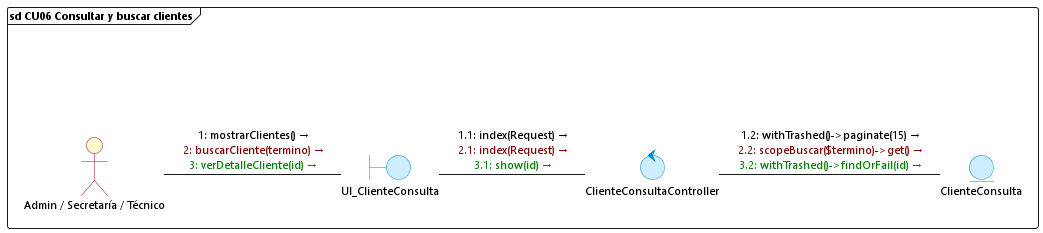
Earlier version of the PlantUML export diagramas/comunicacion/cu06_consultar_buscar_clientes.png (DiogoMars777/TELCOM-2.0). The source it was exported from:
```plantuml
@startuml cu06_consultar_buscar_clientes
skinparam backgroundColor white
skinparam defaultFontName "Segoe UI"
skinparam defaultFontSize 11
skinparam interfaceBackgroundColor transparent
skinparam interfaceBorderColor transparent
skinparam actorBackgroundColor #FEFECE
skinparam actorBorderColor #A80036
skinparam boundaryBackgroundColor #CCEEFF
skinparam boundaryBorderColor #0088CC
skinparam controlBackgroundColor #CCEEFF
skinparam controlBorderColor #0088CC
skinparam entityBackgroundColor #CCEEFF
skinparam entityBorderColor #0088CC

frame "sd CU06 Consultar y buscar clientes" {
    () " " as spacer
    actor "Admin / Secretaría / Técnico" as Admin
    boundary UI_ClienteConsulta
    control ClienteConsultaController
    entity ClienteConsulta

    spacer -[hidden]down- Admin

    Admin -right- UI_ClienteConsulta : <font color=#000000>1: mostrarClientes() →</font>\n<font color=#800000>2: buscarCliente(termino) →</font>\n<font color=#008000>3: verDetalleCliente(id) →</font>

    UI_ClienteConsulta -right- ClienteConsultaController : <font color=#000000>1.1: index(Request) →</font>\n<font color=#800000>2.1: index(Request) →</font>\n<font color=#008000>3.1: show(id) →</font>

    ClienteConsultaController -right- ClienteConsulta : <font color=#000000>1.2: withTrashed()->paginate(15) →</font>\n<font color=#800000>2.2: scopeBuscar($termino)->get() →</font>\n<font color=#008000>3.2: withTrashed()->findOrFail(id) →</font>
}
@enduml
```
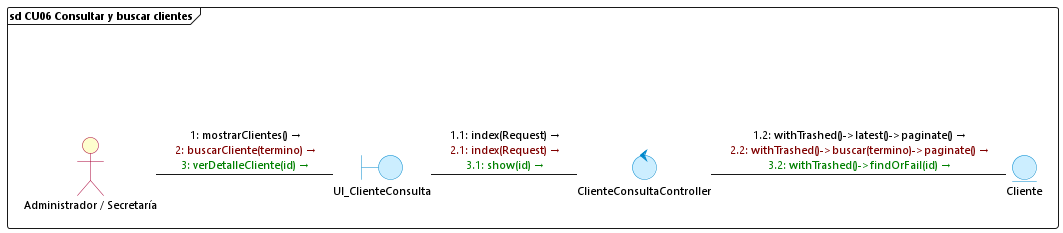
Above is the later version.

Diff of the diagram source:
```diff
@@ -15,10 +15,10 @@
 
 frame "sd CU06 Consultar y buscar clientes" {
     () " " as spacer
-    actor "Admin / Secretaría / Técnico" as Admin
+    actor "Administrador / Secretaría" as Admin
     boundary UI_ClienteConsulta
     control ClienteConsultaController
-    entity ClienteConsulta
+    entity Cliente
 
     spacer -[hidden]down- Admin
 
@@ -26,6 +26,6 @@
 
     UI_ClienteConsulta -right- ClienteConsultaController : <font color=#000000>1.1: index(Request) →</font>\n<font color=#800000>2.1: index(Request) →</font>\n<font color=#008000>3.1: show(id) →</font>
 
-    ClienteConsultaController -right- ClienteConsulta : <font color=#000000>1.2: withTrashed()->paginate(15) →</font>\n<font color=#800000>2.2: scopeBuscar($termino)->get() →</font>\n<font color=#008000>3.2: withTrashed()->findOrFail(id) →</font>
+    ClienteConsultaController -right- Cliente : <font color=#000000>1.2: withTrashed()->latest()->paginate() →</font>\n<font color=#800000>2.2: withTrashed()->buscar(termino)->paginate() →</font>\n<font color=#008000>3.2: withTrashed()->findOrFail(id) →</font>
 }
 @enduml
```
